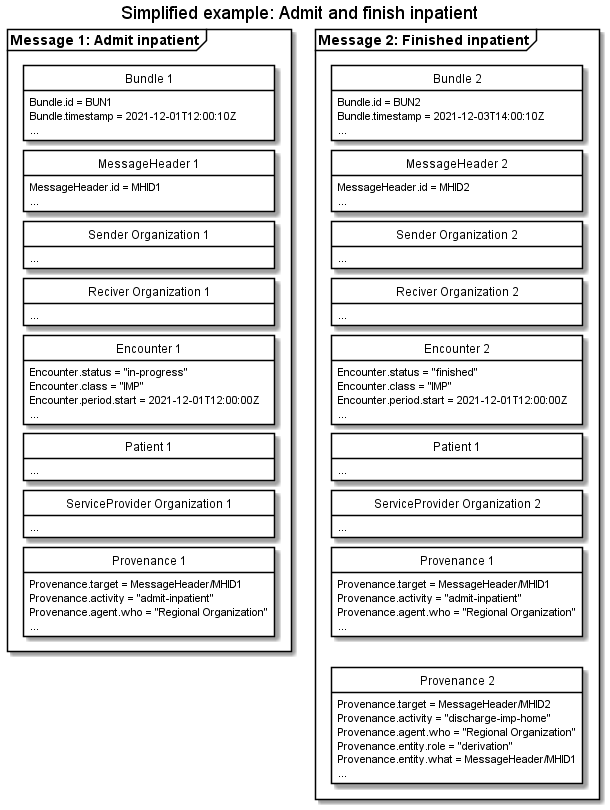
The PlantUML diagram input/images/hospitalnotification/HNAdmitFinish.png in medcomdk/dk-medcom-hospitalnotification, before a commit.
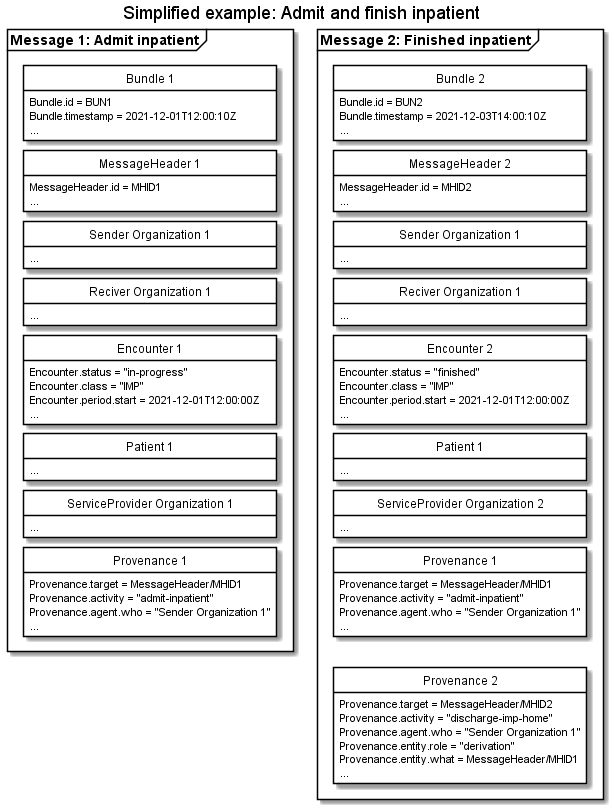
The same file after the commit.

What changed in the source:
```diff
@@ -44,7 +44,7 @@
     class "Provenance 1" as admitPRO{
         Provenance.target = MessageHeader/MHID1
         Provenance.activity = "admit-inpatient"
-        Provenance.agent.who = "Regional Organization"
+        Provenance.agent.who = "Sender Organization 1"
         ...
     }
 
@@ -70,10 +70,10 @@
         MessageHeader.id = MHID2
         ...
     }
-    class "Sender Organization 2" as finishedSOrg{
+    class "Sender Organization 1" as finishedSOrg{
         ...
     }
-    class "Reciver Organization 2" as finishedROrg{
+    class "Reciver Organization 1" as finishedROrg{
         ...
     }
     class "Encounter 2" as finishedENC{
@@ -91,13 +91,13 @@
     class "Provenance 1" as admitfinishedPRO{
         Provenance.target = MessageHeader/MHID1
         Provenance.activity = "admit-inpatient"
-        Provenance.agent.who = "Regional Organization"
+        Provenance.agent.who = "Sender Organization 1"
         ...
     }
     class "Provenance 2" as finishedPRO{
         Provenance.target = MessageHeader/MHID2
         Provenance.activity = "discharge-imp-home"
-        Provenance.agent.who = "Regional Organization"
+        Provenance.agent.who = "Sender Organization 1"
         Provenance.entity.role = "derivation"
         Provenance.entity.what = MessageHeader/MHID1
         ...
```
